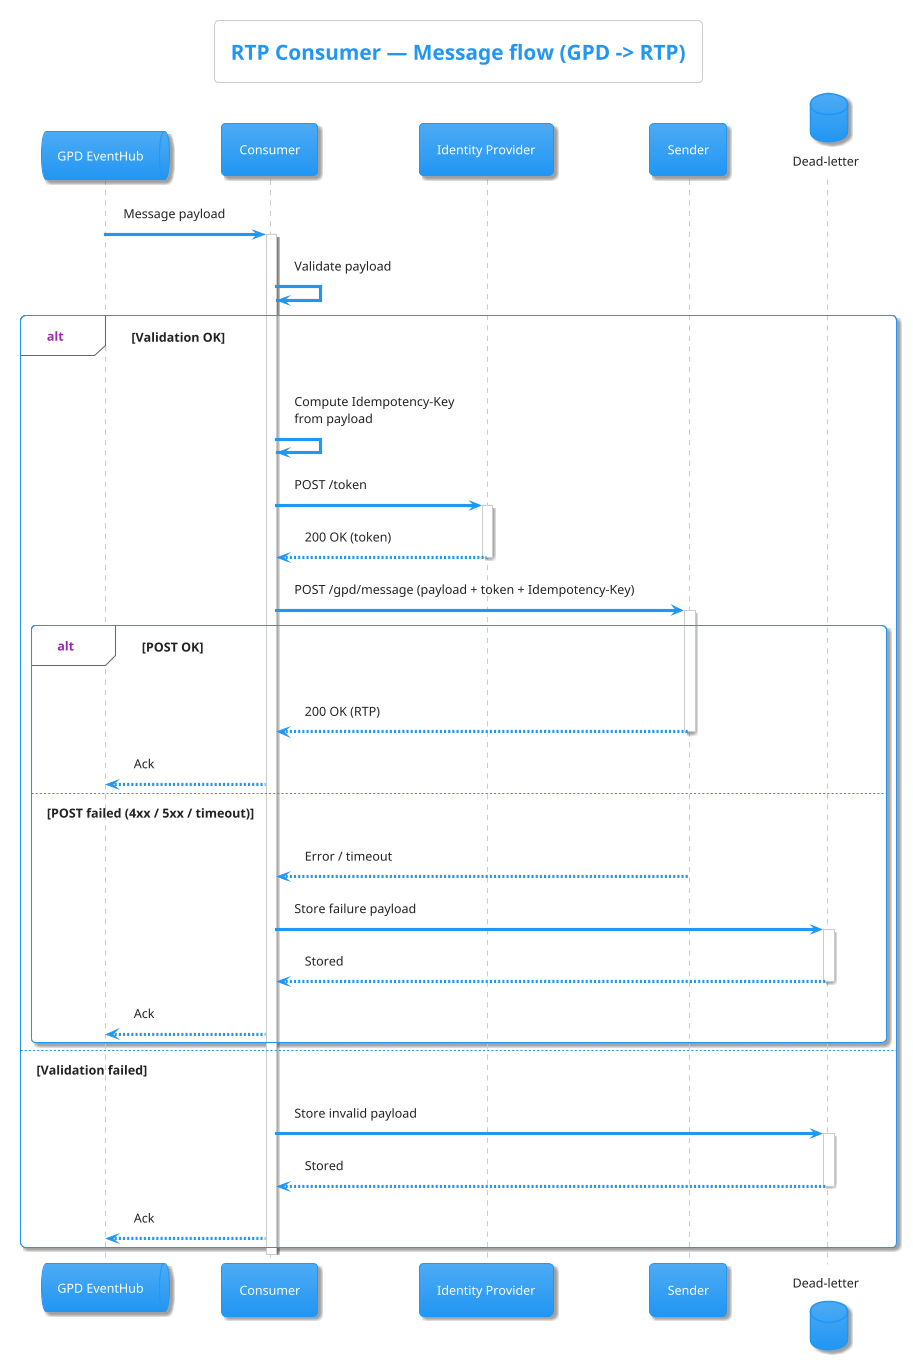
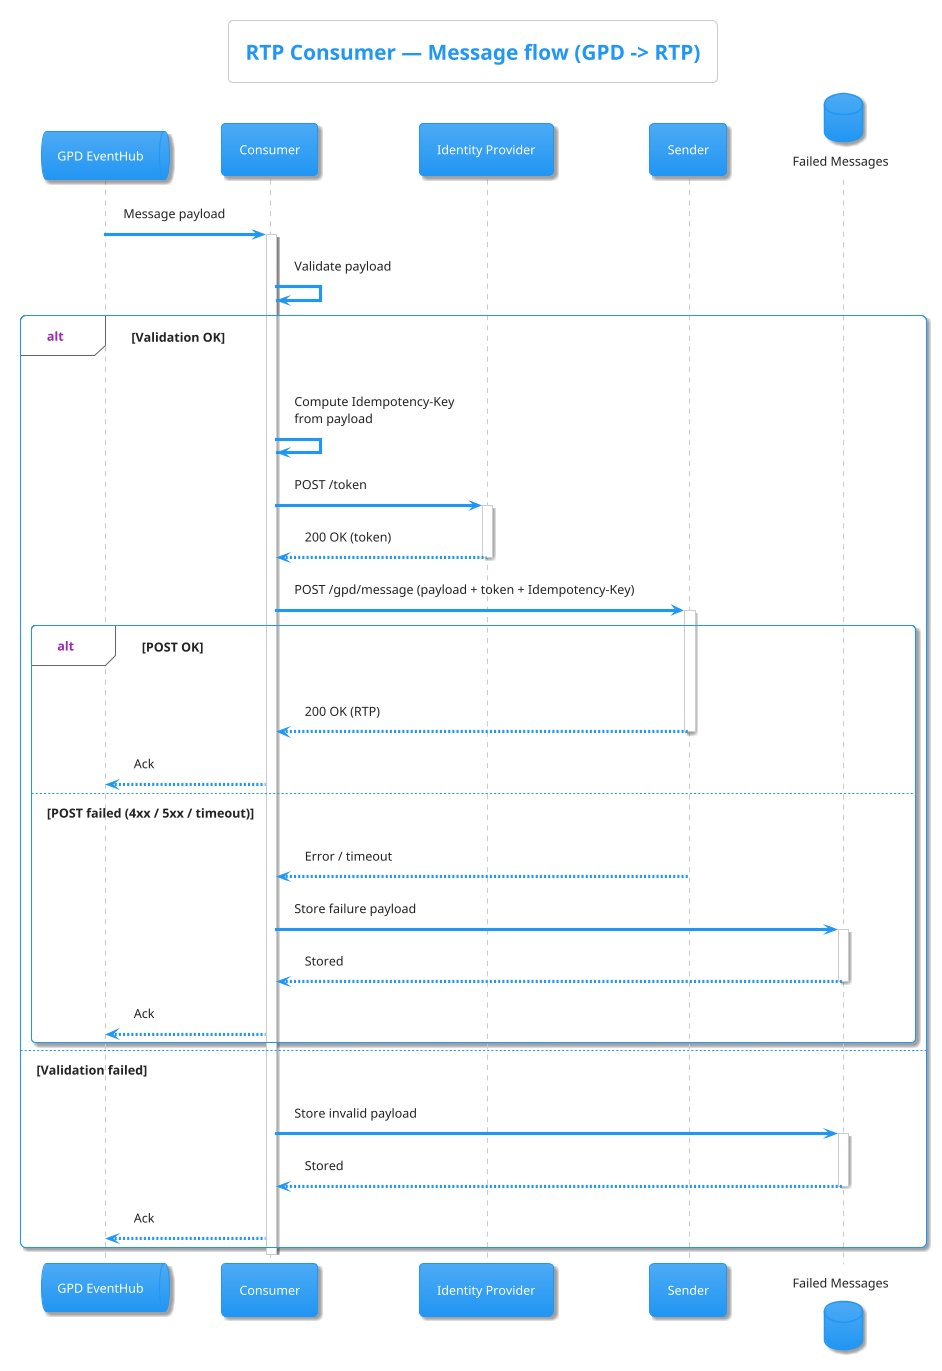
@startuml
!theme materia

title RTP Consumer — Message flow (GPD -> RTP)

queue "GPD EventHub" as EH
participant "Consumer" as C
participant "Identity Provider" as MA
participant "Sender" as S
- database "Dead-letter" as DLQ
+ database "Failed Messages" as DLQ

EH -> C : Message payload
activate C

C -> C : Validate payload

alt Validation OK

  C -> C : Compute Idempotency-Key\nfrom payload

  C -> MA : POST /token
  activate MA
  MA --> C : 200 OK (token)
  deactivate MA

  C -> S : POST /gpd/message (payload + token + Idempotency-Key)
  activate S

  alt POST OK
    S --> C : 200 OK (RTP)
    deactivate S
    C --> EH : Ack

  else POST failed (4xx / 5xx / timeout)
    S --> C : Error / timeout
    deactivate S

    C -> DLQ : Store failure payload
    activate DLQ
    DLQ --> C : Stored
    deactivate DLQ

    C --> EH : Ack
  end

else Validation failed
  C -> DLQ : Store invalid payload
  activate DLQ
  DLQ --> C : Stored
  deactivate DLQ

  C --> EH : Ack
end

deactivate C
@enduml